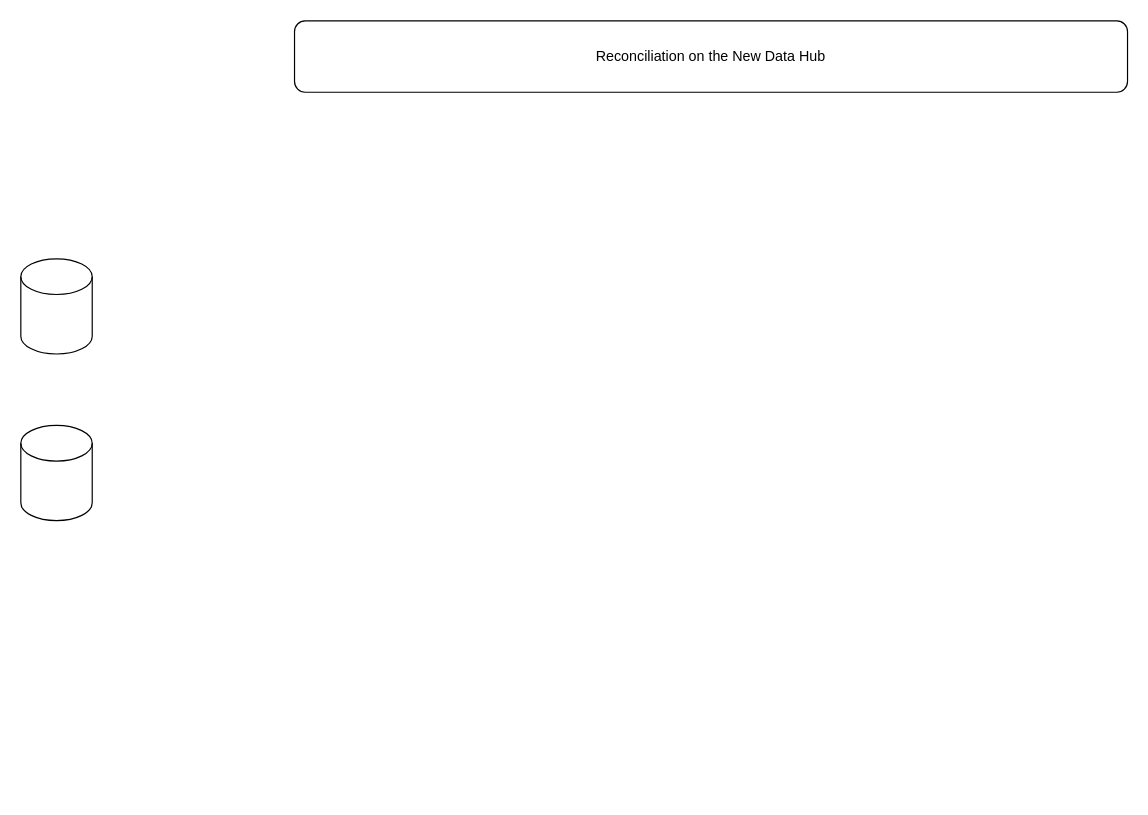
The draw.io diagram Untitled Diagram.drawio in joaorafaelr/Reconc-Project, before the edit. Source tidied: cells renumbered, new cells numbered last; positions are measured from the earlier drawing's top-left corner, leaving out a move shared by most shapes. Both pictures are drawn from the tidied source at 119%, with x=0, y=0 at pixel (20, 20).
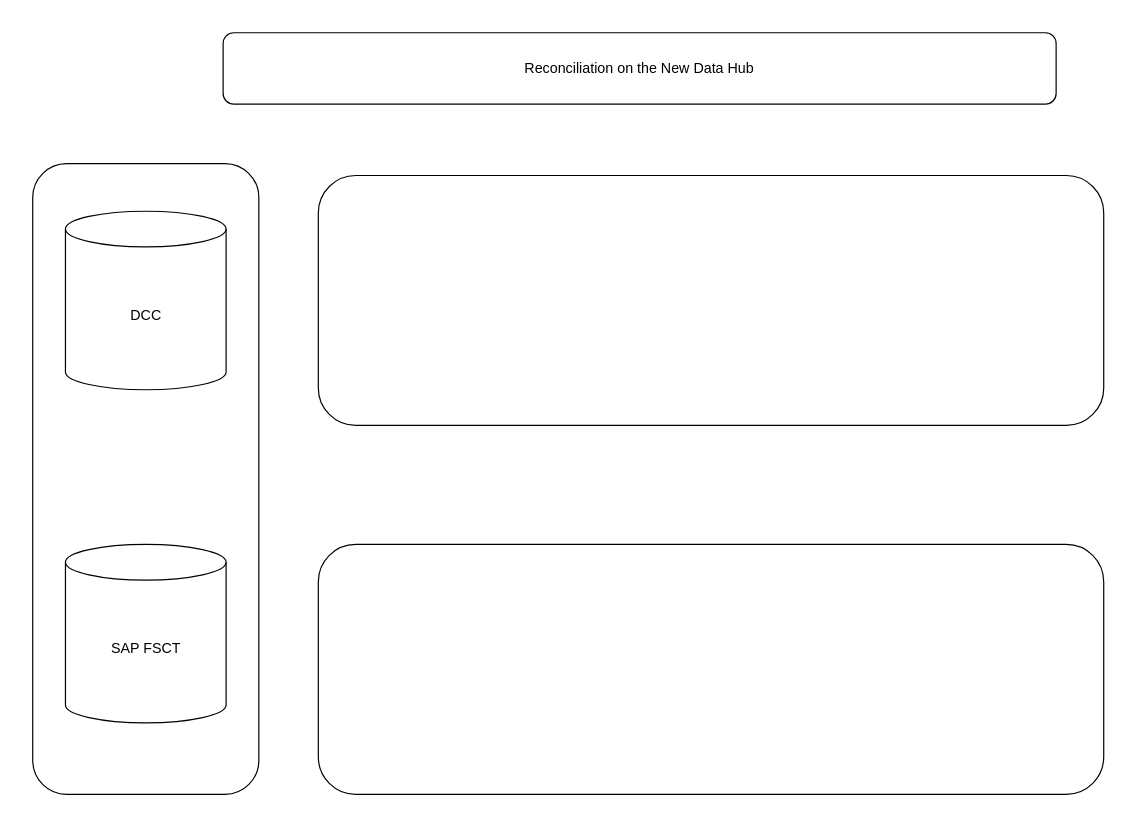
Above is the later version.

Diff of the diagram source:
```diff
@@
 <mxGraphModel>
   <root>
     <mxCell id="0" />
     <mxCell id="1" parent="0" />
     <mxCell id="2" value="Reconciliation on the New Data Hub" style="rounded=1;whiteSpace=wrap;html=1;" parent="1" vertex="1">
-      <mxGeometry x="230" width="700" height="60" as="geometry" />
+      <mxGeometry x="170" y="10" width="700" height="60" as="geometry" />
     </mxCell>
+    <mxCell id="5" style="rounded=1;whiteSpace=wrap;html=1;" parent="1" vertex="1">
+      <mxGeometry x="10" y="120" width="190" height="530" as="geometry" />
+    </mxCell>
-    <mxCell id="3" style="shape=cylinder3;whiteSpace=wrap;html=1;boundedLbl=1;backgroundOutline=1;size=15;" parent="1" vertex="1">
-      <mxGeometry y="200" width="60" height="80" as="geometry" />
+    <mxCell id="3" value="DCC" style="shape=cylinder3;whiteSpace=wrap;html=1;boundedLbl=1;backgroundOutline=1;size=15;" parent="1" vertex="1">
+      <mxGeometry x="37.5" y="160" width="135" height="150" as="geometry" />
     </mxCell>
-    <mxCell id="4" style="shape=cylinder3;whiteSpace=wrap;html=1;boundedLbl=1;backgroundOutline=1;size=15;" parent="1" vertex="1">
-      <mxGeometry y="340" width="60" height="80" as="geometry" />
-    </mxCell>
+    <mxCell id="6" value="SAP FSCT" style="shape=cylinder3;whiteSpace=wrap;html=1;boundedLbl=1;backgroundOutline=1;size=15;" parent="1" vertex="1">
+      <mxGeometry x="37.5" y="440" width="135" height="150" as="geometry" />
+    </mxCell>
+    <mxCell id="7" style="rounded=1;whiteSpace=wrap;html=1;align=left;" parent="1" vertex="1">
+      <mxGeometry x="250" y="130" width="660" height="210" as="geometry" />
+    </mxCell>
+    <mxCell id="8" style="rounded=1;whiteSpace=wrap;html=1;align=left;" parent="1" vertex="1">
+      <mxGeometry x="250" y="440" width="660" height="210" as="geometry" />
+    </mxCell>
   </root>
 </mxGraphModel>
```
